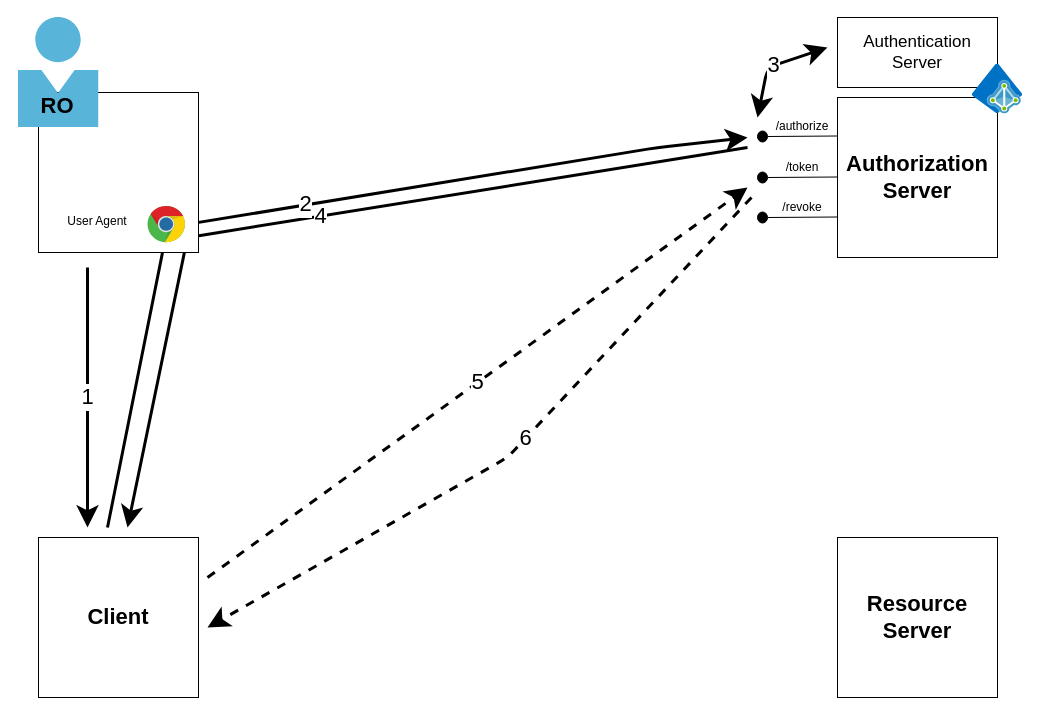
Above: page "Code Flow" (2 of 5) of docs/graphics/oAuth Workshop.drawio in larskaare/WebAuthAuthorAndOtherCreatures (draw.io), before the change. Source tidied: cells renumbered, new cells numbered last; positions are measured from the earlier drawing's top-left corner, leaving out a move shared by most shapes. Both pictures are drawn from the tidied source at 100%, with x=0, y=0 at pixel (17, 17).
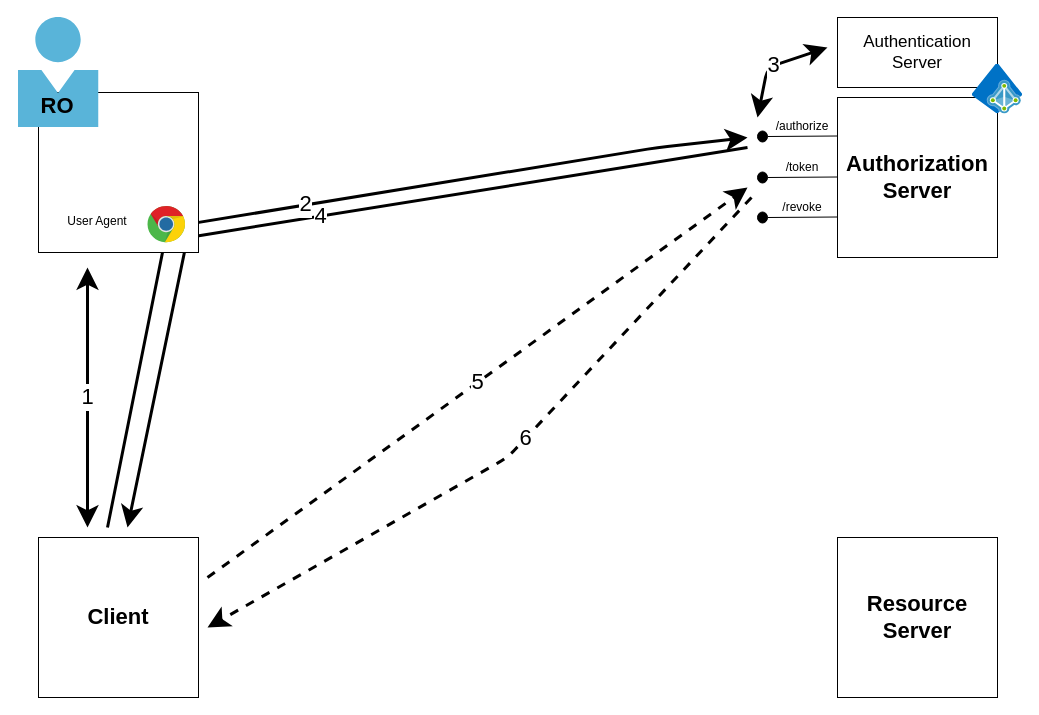
The same page after the edit.

Change to the diagram source:
```diff
@@
-    <mxCell id="26" value="1" style="endArrow=classic;html=1;shadow=0;strokeColor=#000000;fontSize=22;startArrow=none;startFill=0;endSize=13;strokeWidth=3;" parent="1" edge="1">
+    <mxCell id="26" value="1" style="endArrow=classic;html=1;shadow=0;strokeColor=#000000;fontSize=22;startArrow=classic;startFill=1;endSize=13;strokeWidth=3;startSize=13;" parent="1" edge="1">
       <mxGeometry relative="1" as="geometry">
         <mxPoint x="70" y="250" as="sourcePoint" />
         <mxPoint x="70" y="510" as="targetPoint" />
       </mxGeometry>
     </mxCell>
```
